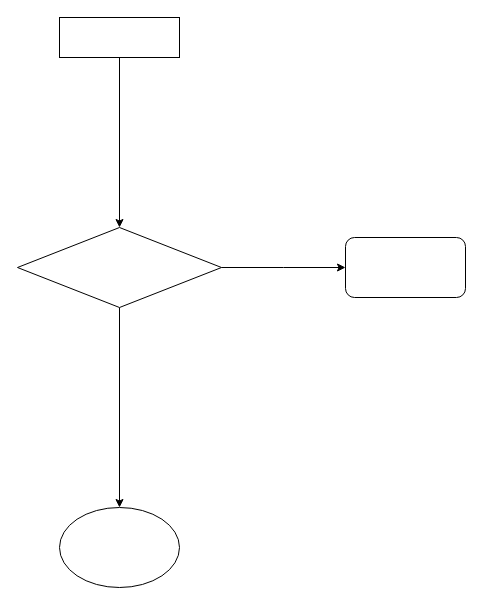
Above: 未命名绘图.drawio in zhang-zhonggui/draw (draw.io), before the change. Source tidied: cells renumbered, new cells numbered last; positions are measured from the earlier drawing's top-left corner, leaving out a move shared by most shapes. Both pictures are drawn from the tidied source at 100%, with x=0, y=0 at pixel (17, 17).
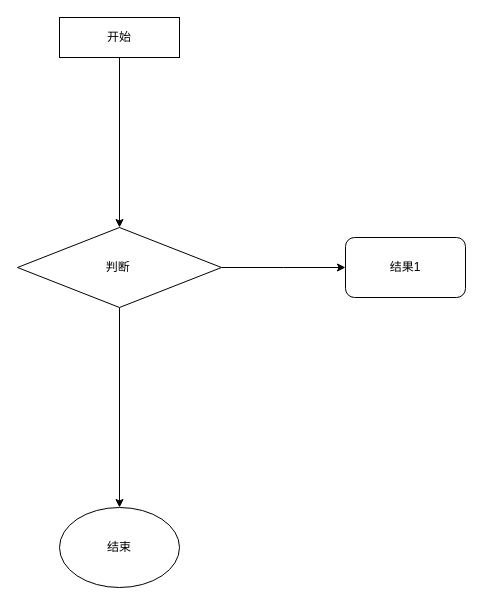
The same page after the edit.

Change to the diagram source:
```diff
@@
 <mxGraphModel>
   <root>
     <mxCell id="0" />
     <mxCell id="1" parent="0" />
     <mxCell id="2" style="edgeStyle=orthogonalEdgeStyle;rounded=0;jettySize=auto;html=1;entryX=0.5;entryY=0;entryDx=0;entryDy=0;" parent="1" edge="1" source="3" target="6">
       <mxGeometry relative="1" as="geometry" />
     </mxCell>
-    <mxCell id="3" style="rounded=0;whiteSpace=wrap;html=1;" parent="1" vertex="1">
+    <mxCell id="3" value="开始" style="rounded=0;whiteSpace=wrap;html=1;" parent="1" vertex="1">
       <mxGeometry x="42" width="120" height="40" as="geometry" />
     </mxCell>
     <mxCell id="4" style="edgeStyle=orthogonalEdgeStyle;rounded=0;jettySize=auto;html=1;" parent="1" edge="1" source="6" target="7">
       <mxGeometry relative="1" as="geometry" />
     </mxCell>
     <mxCell id="5" style="edgeStyle=orthogonalEdgeStyle;rounded=0;jettySize=auto;html=1;" parent="1" edge="1" source="6">
       <mxGeometry relative="1" as="geometry">
         <mxPoint x="328" y="250" as="targetPoint" />
       </mxGeometry>
     </mxCell>
-    <mxCell id="6" style="rhombus;whiteSpace=wrap;html=1;" parent="1" vertex="1">
+    <mxCell id="6" value="判断&lt;span style=&quot;white-space: pre;&quot;&gt;&#9;&lt;/span&gt;" style="rhombus;whiteSpace=wrap;html=1;" parent="1" vertex="1">
       <mxGeometry y="210" width="204" height="80" as="geometry" />
     </mxCell>
-    <mxCell id="7" style="ellipse;whiteSpace=wrap;html=1;" parent="1" vertex="1">
+    <mxCell id="7" value="结束" style="ellipse;whiteSpace=wrap;html=1;" parent="1" vertex="1">
       <mxGeometry x="42" y="490" width="120" height="80" as="geometry" />
     </mxCell>
-    <mxCell id="8" style="rounded=1;whiteSpace=wrap;html=1;" parent="1" vertex="1">
+    <mxCell id="8" value="结果1" style="rounded=1;whiteSpace=wrap;html=1;" parent="1" vertex="1">
       <mxGeometry x="328" y="220" width="120" height="60" as="geometry" />
     </mxCell>
   </root>
 </mxGraphModel>
```
